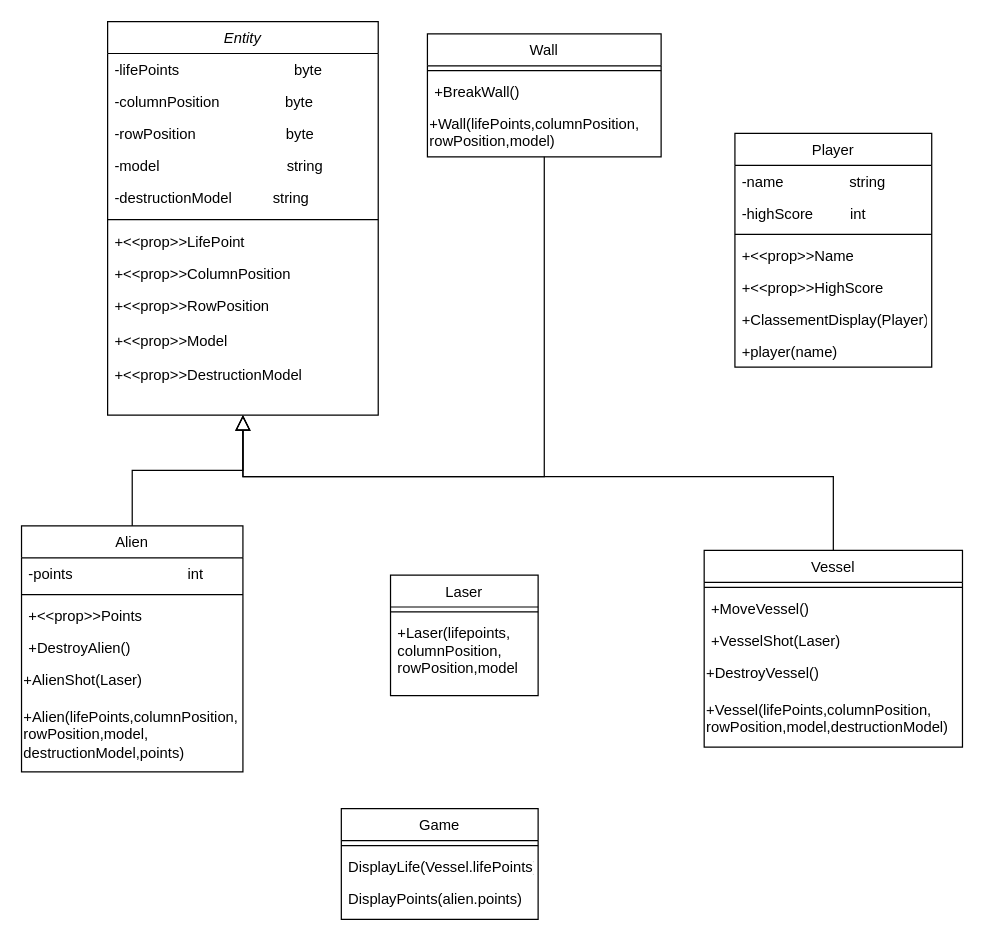
This is Diagramme-Classes.drawio from TheoOrlando/Spacy-X, a draw.io file, before an edit. Source tidied: cells renumbered, new cells numbered last; positions are measured from the earlier drawing's top-left corner, leaving out a move shared by most shapes. Both pictures are drawn from the tidied source at 123%, with x=0, y=0 at pixel (21, 21).
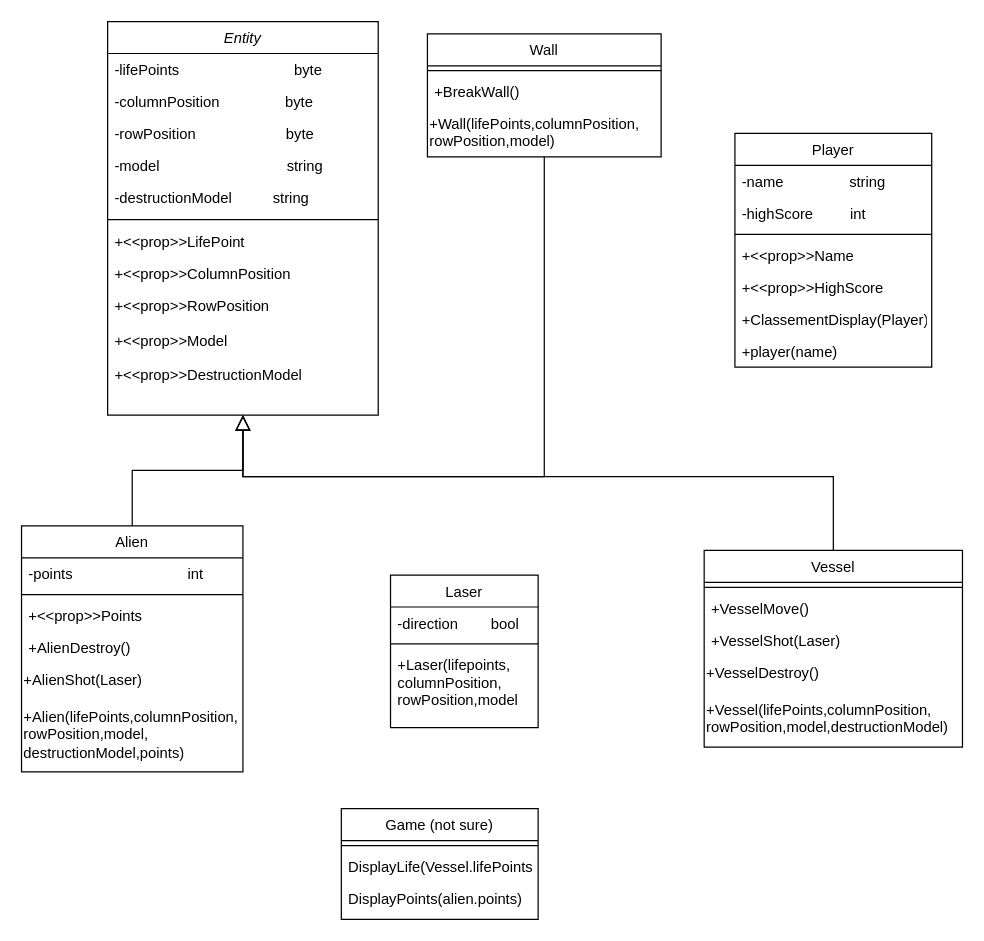
After the change.

Commit message (it also covers changes not shown here):
création d'un diagramme de séquence et modification de classes

The change refers to these unchanged cells:
```xml
<mxCell id="14" value="Alien" style="swimlane;fontStyle=0;align=center;verticalAlign=top;horizontal=1;startSize=26;rounded=0;shadow=0;strokeWidth=1;" parent="1" vertex="1">
  <mxGeometry y="410" width="180" height="200" as="geometry" />
</mxCell>
<mxCell id="22" value="Vessel" style="swimlane;fontStyle=0;align=center;verticalAlign=top;horizontal=1;startSize=26;rounded=0;shadow=0;strokeWidth=1;" parent="1" vertex="1">
  <mxGeometry x="555" y="430" width="210" height="160" as="geometry" />
</mxCell>
```

The edit, as a diff of the source:
```diff
@@
-    <mxCell id="18" value="+DestroyAlien()" style="text;align=left;verticalAlign=top;spacingLeft=4;spacingRight=4;overflow=hidden;fontStyle=0;" parent="14" vertex="1">
+    <mxCell id="18" value="+AlienDestroy()" style="text;align=left;verticalAlign=top;spacingLeft=4;spacingRight=4;overflow=hidden;fontStyle=0;" parent="14" vertex="1">
       <mxGeometry y="86" width="180" height="26" as="geometry" />
     </mxCell>
@@
-    <mxCell id="24" value="+MoveVessel()" style="text;align=left;verticalAlign=top;spacingLeft=4;spacingRight=4;overflow=hidden;fontStyle=0;" parent="22" vertex="1">
+    <mxCell id="24" value="+VesselMove()" style="text;align=left;verticalAlign=top;spacingLeft=4;spacingRight=4;overflow=hidden;fontStyle=0;" parent="22" vertex="1">
       <mxGeometry y="34" width="210" height="26" as="geometry" />
     </mxCell>
@@
-    <mxCell id="26" value="+DestroyVessel()" style="text;whiteSpace=wrap;html=1;" parent="22" vertex="1">
+    <mxCell id="26" value="+VesselDestroy()" style="text;whiteSpace=wrap;html=1;" parent="22" vertex="1">
       <mxGeometry y="86" width="210" height="30" as="geometry" />
     </mxCell>
@@
-    <mxCell id="29" value="Game" style="swimlane;fontStyle=0;align=center;verticalAlign=top;horizontal=1;startSize=26;rounded=0;shadow=0;strokeWidth=1;" parent="1" vertex="1">
+    <mxCell id="29" value="Game (not sure)" style="swimlane;fontStyle=0;align=center;verticalAlign=top;horizontal=1;startSize=26;rounded=0;shadow=0;strokeWidth=1;" parent="1" vertex="1">
       <mxGeometry x="260" y="640" width="160" height="90" as="geometry" />
     </mxCell>
@@
     <mxCell id="46" value="Laser" style="swimlane;fontStyle=0;align=center;verticalAlign=top;horizontal=1;startSize=26;rounded=0;shadow=0;strokeWidth=1;" parent="1" vertex="1">
-      <mxGeometry x="300" y="450" width="120" height="98" as="geometry" />
+      <mxGeometry x="300" y="450" width="120" height="124" as="geometry" />
     </mxCell>
+    <mxCell id="49" value="-direction        bool" style="text;align=left;verticalAlign=top;spacingLeft=4;spacingRight=4;overflow=hidden;" parent="46" vertex="1">
+      <mxGeometry y="26" width="120" height="26" as="geometry" />
+    </mxCell>
     <mxCell id="47" style="line;html=1;strokeWidth=1;align=left;verticalAlign=middle;spacingTop=-1;spacingLeft=3;spacingRight=3;labelPosition=right;" parent="46" vertex="1">
-      <mxGeometry y="26" width="120" height="8" as="geometry" />
+      <mxGeometry y="52" width="120" height="8" as="geometry" />
     </mxCell>
     <mxCell id="48" value="+Laser(lifepoints,&#10;columnPosition,&#10;rowPosition,model" style="text;align=left;verticalAlign=top;spacingLeft=4;spacingRight=4;overflow=hidden;" parent="46" vertex="1">
-      <mxGeometry y="34" width="120" height="64" as="geometry" />
+      <mxGeometry y="60" width="120" height="64" as="geometry" />
     </mxCell>
```
